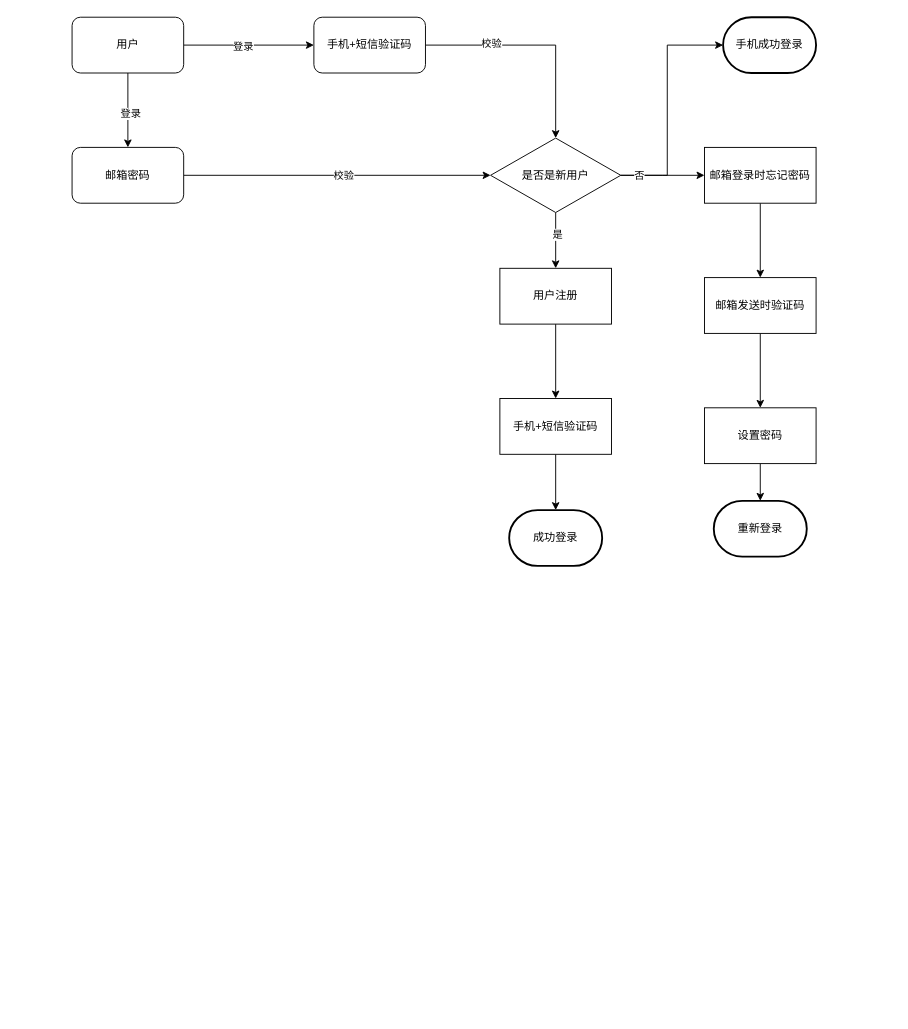
YYB1024/myRemoteRepo keeps this draw.io diagram as 婚奢汇业务流程图/新加坡项目一期.drawio. Above is the earlier version. Source tidied: cells renumbered, new cells numbered last; positions are measured from the earlier drawing's top-left corner, leaving out a move shared by most shapes. Both pictures are drawn from the tidied source at 93%, with x=0, y=0 at pixel (72, 17).
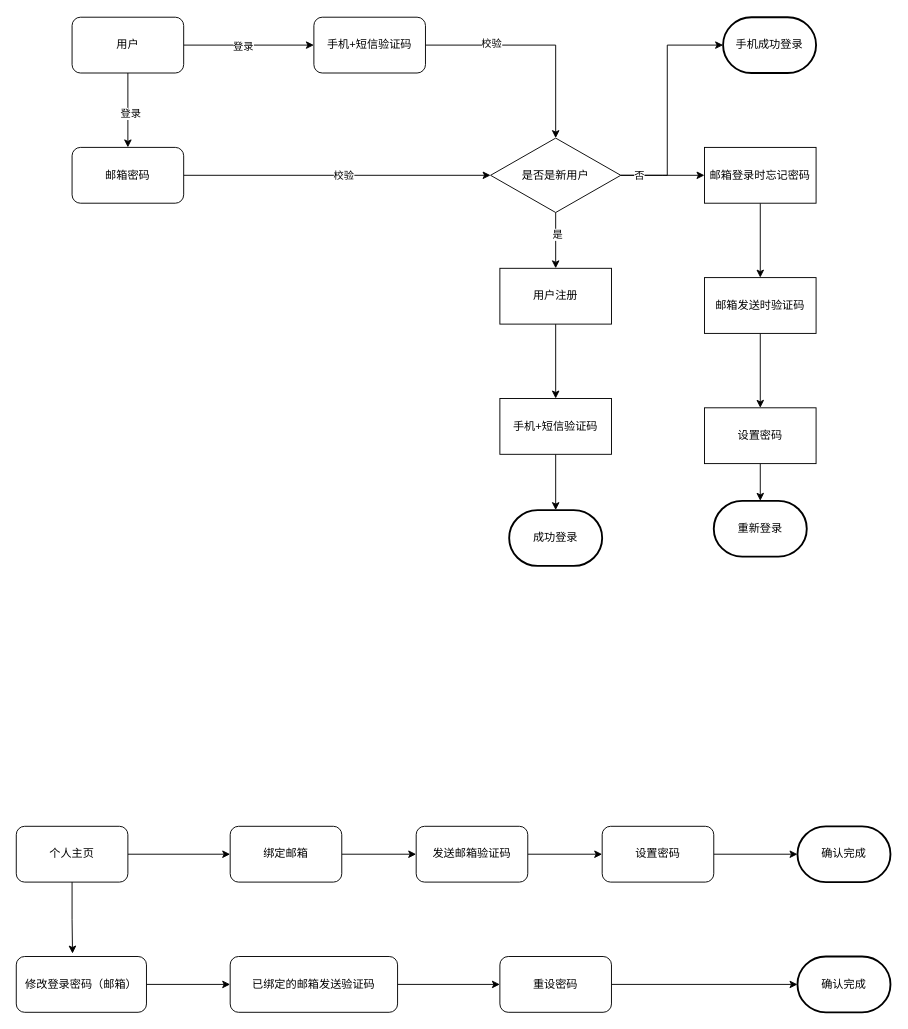
Above is the later version.

Commit message:
更新新加坡项目一期.drawio

Diff of the diagram source:
```diff
@@
+    <mxCell id="32" style="edgeStyle=orthogonalEdgeStyle;rounded=0;jettySize=auto;html=1;" parent="1" edge="1" source="34" target="36">
+      <mxGeometry relative="1" as="geometry" />
+    </mxCell>
+    <mxCell id="33" style="edgeStyle=orthogonalEdgeStyle;rounded=0;jettySize=auto;html=1;entryX=0.432;entryY=-0.053;entryDx=0;entryDy=0;entryPerimeter=0;" parent="1" edge="1" source="34" target="43">
+      <mxGeometry relative="1" as="geometry" />
+    </mxCell>
+    <mxCell id="34" value="个人主页" style="rounded=1;whiteSpace=wrap;html=1;" parent="1" vertex="1">
+      <mxGeometry x="-60" y="870" width="120" height="60" as="geometry" />
+    </mxCell>
+    <mxCell id="35" style="edgeStyle=orthogonalEdgeStyle;rounded=0;jettySize=auto;html=1;" parent="1" edge="1" source="36" target="38">
+      <mxGeometry relative="1" as="geometry" />
+    </mxCell>
+    <mxCell id="36" value="绑定邮箱" style="whiteSpace=wrap;html=1;rounded=1;" parent="1" vertex="1">
+      <mxGeometry x="170" y="870" width="120" height="60" as="geometry" />
+    </mxCell>
+    <mxCell id="37" style="edgeStyle=orthogonalEdgeStyle;rounded=0;jettySize=auto;html=1;" parent="1" edge="1" source="38" target="40">
+      <mxGeometry relative="1" as="geometry" />
+    </mxCell>
+    <mxCell id="38" value="发送邮箱验证码" style="whiteSpace=wrap;html=1;rounded=1;" parent="1" vertex="1">
+      <mxGeometry x="370" y="870" width="120" height="60" as="geometry" />
+    </mxCell>
+    <mxCell id="39" style="edgeStyle=orthogonalEdgeStyle;rounded=0;jettySize=auto;html=1;entryX=0;entryY=0.5;entryDx=0;entryDy=0;entryPerimeter=0;" parent="1" edge="1" source="40" target="41">
+      <mxGeometry relative="1" as="geometry" />
+    </mxCell>
+    <mxCell id="40" value="设置密码" style="whiteSpace=wrap;html=1;rounded=1;" parent="1" vertex="1">
+      <mxGeometry x="570" y="870" width="120" height="60" as="geometry" />
+    </mxCell>
+    <mxCell id="41" value="确认完成" style="strokeWidth=2;html=1;shape=mxgraph.flowchart.terminator;whiteSpace=wrap;" parent="1" vertex="1">
+      <mxGeometry x="780" y="870" width="100" height="60" as="geometry" />
+    </mxCell>
+    <mxCell id="42" style="edgeStyle=orthogonalEdgeStyle;rounded=0;jettySize=auto;html=1;" parent="1" edge="1" source="43" target="45">
+      <mxGeometry relative="1" as="geometry" />
+    </mxCell>
+    <mxCell id="43" value="修改登录密码（邮箱）" style="whiteSpace=wrap;html=1;rounded=1;" parent="1" vertex="1">
+      <mxGeometry x="-60" y="1010" width="140" height="60" as="geometry" />
+    </mxCell>
+    <mxCell id="44" style="edgeStyle=orthogonalEdgeStyle;rounded=0;jettySize=auto;html=1;" parent="1" edge="1" source="45" target="47">
+      <mxGeometry relative="1" as="geometry" />
+    </mxCell>
+    <mxCell id="45" value="已绑定的邮箱发送验证码" style="whiteSpace=wrap;html=1;rounded=1;" parent="1" vertex="1">
+      <mxGeometry x="170" y="1010" width="180" height="60" as="geometry" />
+    </mxCell>
+    <mxCell id="46" style="edgeStyle=orthogonalEdgeStyle;rounded=0;jettySize=auto;html=1;entryX=0;entryY=0.5;entryDx=0;entryDy=0;entryPerimeter=0;" parent="1" edge="1" source="47" target="48">
+      <mxGeometry relative="1" as="geometry" />
+    </mxCell>
+    <mxCell id="47" value="重设密码" style="whiteSpace=wrap;html=1;rounded=1;" parent="1" vertex="1">
+      <mxGeometry x="460" y="1010" width="120" height="60" as="geometry" />
+    </mxCell>
+    <mxCell id="48" value="确认完成" style="strokeWidth=2;html=1;shape=mxgraph.flowchart.terminator;whiteSpace=wrap;" parent="1" vertex="1">
+      <mxGeometry x="780" y="1010" width="100" height="60" as="geometry" />
+    </mxCell>
```
